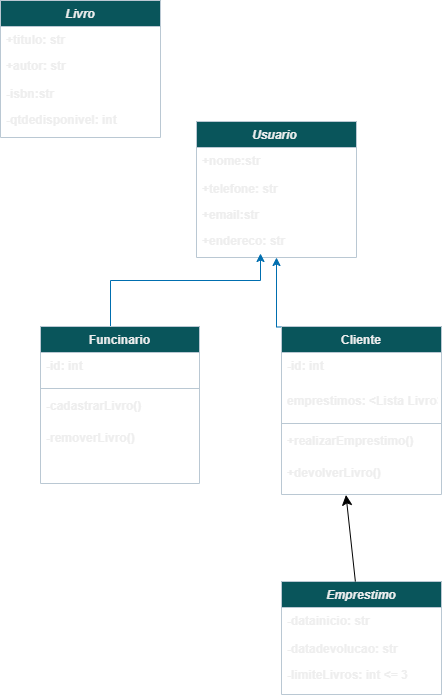
Before: Diagrama sem nome.drawio.png, a diagram exported from draw.io (luisfelipesantiago/Diagrama-de-classes). Source tidied: cells renumbered, new cells last; positions are measured from the earlier drawing's top-left corner, leaving out a move shared by most shapes.
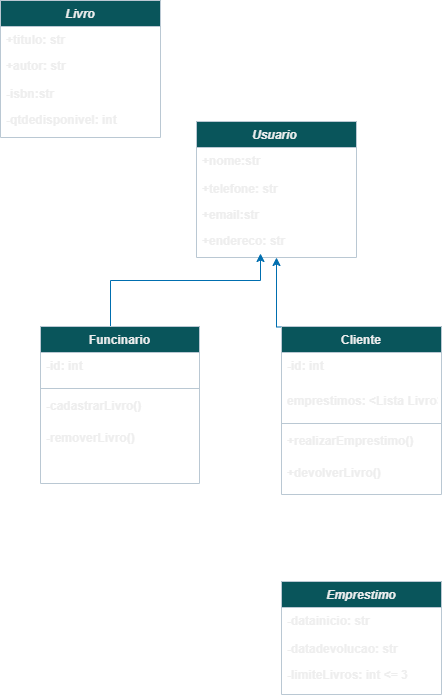
Above is the later version.

Change to the diagram source:
```diff
@@ -90,8 +90,5 @@
     <mxCell id="28" value="-limiteLivros: int &lt;= 3" style="text;align=left;verticalAlign=top;spacingLeft=4;spacingRight=4;overflow=hidden;rounded=0;shadow=0;html=0;labelBackgroundColor=none;fontColor=light-dark(#EEEEEE,#000000);fontStyle=1;" parent="25" vertex="1">
       <mxGeometry y="80" width="160" height="26" as="geometry" />
     </mxCell>
-    <mxCell id="29" style="edgeStyle=none;curved=1;rounded=0;jettySize=auto;html=1;entryX=0.403;entryY=1.014;entryDx=0;entryDy=0;entryPerimeter=0;fontSize=12;startSize=8;endSize=8;fontColor=light-dark(#EEEEEE,#000000);" parent="1" edge="1" source="25" target="24">
-      <mxGeometry relative="1" as="geometry" />
-    </mxCell>
   </root>
 </mxGraphModel>
```
